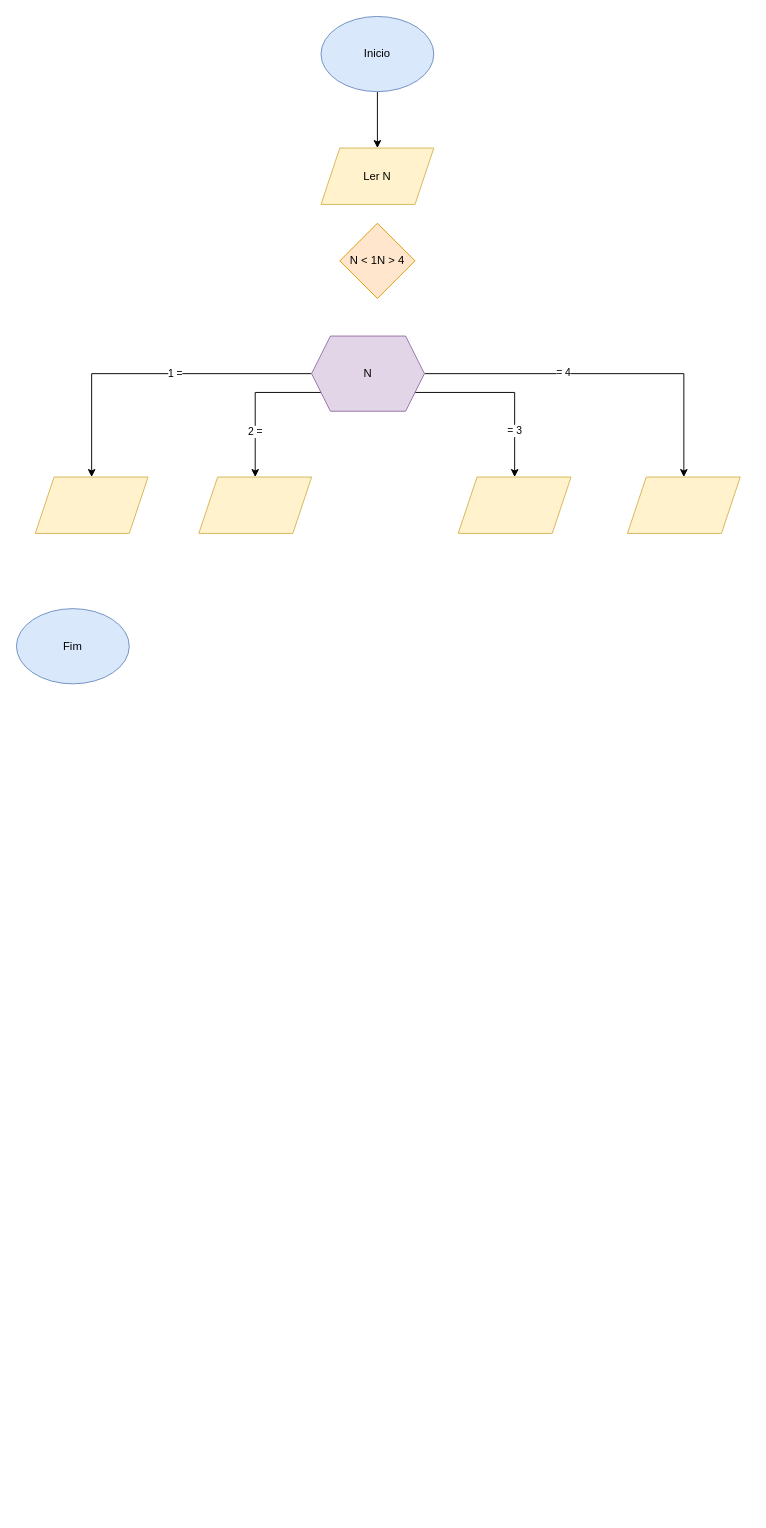
Earlier version of the draw.io diagram Fluxograma 13.drawio (Kinner25/Fluxogramas). Source tidied: cells renumbered, new cells numbered last; positions are measured from the earlier drawing's top-left corner, leaving out a move shared by most shapes. Both pictures are drawn from the tidied source at 94%, with x=0, y=0 at pixel (16, 16).
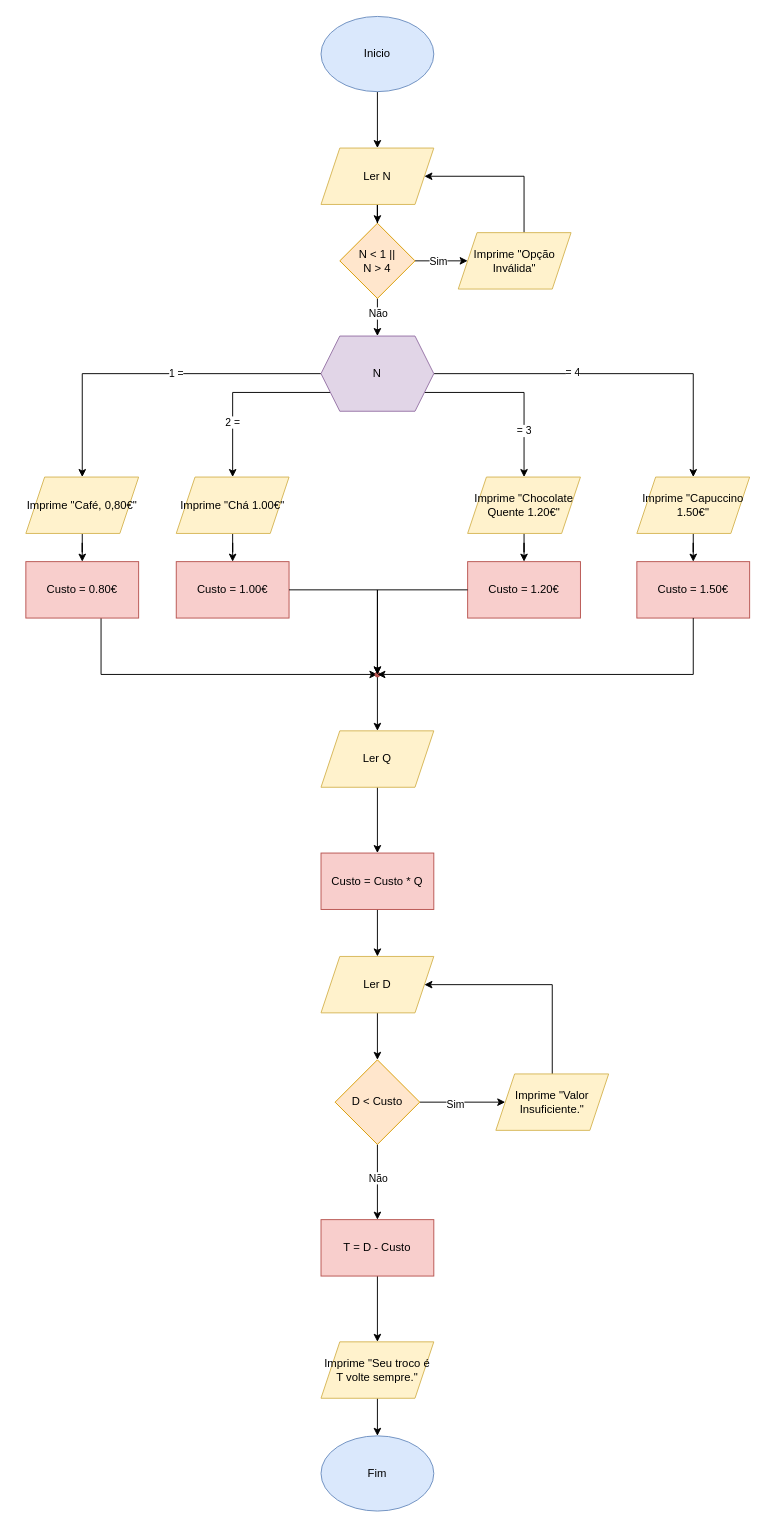
Above is the later version.

Unchanged cells that the change refers to:
```xml
<mxCell id="5" value="Ler N" style="shape=parallelogram;perimeter=parallelogramPerimeter;whiteSpace=wrap;html=1;shapeInside=1;fixedSize=1;fillColor=#fff2cc;strokeColor=#d6b656;" parent="1" vertex="1">
  <mxGeometry x="324" y="140" width="120" height="60" as="geometry" />
</mxCell>
```

Diff of the diagram source:
```diff
@@
     <mxCell id="2" value="Fim" style="ellipse;whiteSpace=wrap;html=1;shapeInside=1;fillColor=#dae8fc;strokeColor=#6c8ebf;" parent="1" vertex="1">
-      <mxGeometry y="630" width="120" height="80" as="geometry" />
+      <mxGeometry x="324" y="1510" width="120" height="80" as="geometry" />
     </mxCell>
@@
+    <mxCell id="20" style="edgeStyle=orthogonalEdgeStyle;rounded=0;jettySize=auto;html=1;" parent="1" edge="1" source="5" target="19">
+      <mxGeometry relative="1" as="geometry" />
+    </mxCell>
@@
     <mxCell id="8" style="edgeStyle=orthogonalEdgeStyle;rounded=0;jettySize=auto;html=1;entryX=0.5;entryY=0;entryDx=0;entryDy=0;" parent="1" edge="1" source="14" target="15">
       <mxGeometry relative="1" as="geometry">
         <Array as="points">
-          <mxPoint x="254" y="400" />
+          <mxPoint x="230" y="400" />
         </Array>
       </mxGeometry>
     </mxCell>
@@
     <mxCell id="10" style="edgeStyle=orthogonalEdgeStyle;rounded=0;jettySize=auto;html=1;entryX=0.5;entryY=0;entryDx=0;entryDy=0;" parent="1" edge="1" source="14" target="17">
       <mxGeometry relative="1" as="geometry">
         <Array as="points">
-          <mxPoint x="530" y="400" />
+          <mxPoint x="540" y="400" />
         </Array>
       </mxGeometry>
     </mxCell>
@@
-    <mxCell id="14" value="N" style="shape=hexagon;perimeter=hexagonPerimeter2;whiteSpace=wrap;html=1;shapeInside=1;fixedSize=1;fillColor=#e1d5e7;strokeColor=#9673a6;" parent="1" vertex="1">
-      <mxGeometry x="314" y="340" width="120" height="80" as="geometry" />
+    <mxCell id="14" value="N" style="shape=hexagon;perimeter=hexagonPerimeter2;whiteSpace=wrap;html=1;shapeInside=1;fixedSize=1;fillColor=#e1d5e7;strokeColor=#9673a6;direction=west;" parent="1" vertex="1">
+      <mxGeometry x="324" y="340" width="120" height="80" as="geometry" />
     </mxCell>
+    <mxCell id="21" style="edgeStyle=orthogonalEdgeStyle;rounded=0;jettySize=auto;html=1;" parent="1" edge="1" source="15" target="35">
+      <mxGeometry relative="1" as="geometry" />
+    </mxCell>
-    <mxCell id="15" style="shape=parallelogram;perimeter=parallelogramPerimeter;whiteSpace=wrap;html=1;shapeInside=1;fixedSize=1;fillColor=#fff2cc;strokeColor=#d6b656;" parent="1" vertex="1">
-      <mxGeometry x="194" y="490" width="120" height="60" as="geometry" />
+    <mxCell id="15" value="Imprime &quot;Chá 1.00€&quot;" style="shape=parallelogram;perimeter=parallelogramPerimeter;whiteSpace=wrap;html=1;shapeInside=1;fixedSize=1;fillColor=#fff2cc;strokeColor=#d6b656;" parent="1" vertex="1">
+      <mxGeometry x="170" y="490" width="120" height="60" as="geometry" />
     </mxCell>
+    <mxCell id="22" style="edgeStyle=orthogonalEdgeStyle;rounded=0;jettySize=auto;html=1;" parent="1" edge="1" source="16" target="34">
+      <mxGeometry relative="1" as="geometry" />
+    </mxCell>
-    <mxCell id="16" style="shape=parallelogram;perimeter=parallelogramPerimeter;whiteSpace=wrap;html=1;shapeInside=1;fixedSize=1;fillColor=#fff2cc;strokeColor=#d6b656;" parent="1" vertex="1">
-      <mxGeometry x="20" y="490" width="120" height="60" as="geometry" />
+    <mxCell id="16" value="Imprime &quot;Café, 0,80€&quot;" style="shape=parallelogram;perimeter=parallelogramPerimeter;whiteSpace=wrap;html=1;shapeInside=1;fixedSize=1;fillColor=#fff2cc;strokeColor=#d6b656;" parent="1" vertex="1">
+      <mxGeometry x="10" y="490" width="120" height="60" as="geometry" />
     </mxCell>
+    <mxCell id="23" style="edgeStyle=orthogonalEdgeStyle;rounded=0;jettySize=auto;html=1;" parent="1" edge="1" source="17" target="36">
+      <mxGeometry relative="1" as="geometry" />
+    </mxCell>
-    <mxCell id="17" style="shape=parallelogram;perimeter=parallelogramPerimeter;whiteSpace=wrap;html=1;shapeInside=1;fixedSize=1;fillColor=#fff2cc;strokeColor=#d6b656;" parent="1" vertex="1">
-      <mxGeometry x="470" y="490" width="120" height="60" as="geometry" />
+    <mxCell id="17" value="Imprime &quot;Chocolate Quente 1.20€&quot;" style="shape=parallelogram;perimeter=parallelogramPerimeter;whiteSpace=wrap;html=1;shapeInside=1;fixedSize=1;fillColor=#fff2cc;strokeColor=#d6b656;" parent="1" vertex="1">
+      <mxGeometry x="480" y="490" width="120" height="60" as="geometry" />
     </mxCell>
+    <mxCell id="24" style="edgeStyle=orthogonalEdgeStyle;rounded=0;jettySize=auto;html=1;" parent="1" edge="1" source="18" target="37">
+      <mxGeometry relative="1" as="geometry" />
+    </mxCell>
-    <mxCell id="18" style="shape=parallelogram;perimeter=parallelogramPerimeter;whiteSpace=wrap;html=1;shapeInside=1;fixedSize=1;fillColor=#fff2cc;strokeColor=#d6b656;" parent="1" vertex="1">
-      <mxGeometry x="650" y="490" width="120" height="60" as="geometry" />
+    <mxCell id="18" value="Imprime &quot;Capuccino 1.50€&quot;" style="shape=parallelogram;perimeter=parallelogramPerimeter;whiteSpace=wrap;html=1;shapeInside=1;fixedSize=1;fillColor=#fff2cc;strokeColor=#d6b656;" parent="1" vertex="1">
+      <mxGeometry x="660" y="490" width="120" height="60" as="geometry" />
     </mxCell>
+    <mxCell id="25" style="edgeStyle=orthogonalEdgeStyle;rounded=0;jettySize=auto;html=1;entryX=0;entryY=0.5;entryDx=0;entryDy=0;" parent="1" edge="1" source="19" target="30">
+      <mxGeometry relative="1" as="geometry" />
+    </mxCell>
+    <mxCell id="26" value="Sim" style="edgeLabel;html=1;align=center;verticalAlign=middle;" parent="25" vertex="1">
+      <mxGeometry x="-0.14" relative="1" as="geometry" />
+    </mxCell>
+    <mxCell id="27" style="edgeStyle=orthogonalEdgeStyle;rounded=0;jettySize=auto;html=1;" parent="1" edge="1" source="19" target="14">
+      <mxGeometry relative="1" as="geometry" />
+    </mxCell>
+    <mxCell id="28" value="Não" style="edgeLabel;html=1;align=center;verticalAlign=middle;" parent="27" vertex="1">
+      <mxGeometry x="-0.25" relative="1" as="geometry" />
+    </mxCell>
-    <mxCell id="19" value="N &amp;lt; 1N &amp;gt; 4" style="rhombus;whiteSpace=wrap;html=1;shapeInside=1;fillColor=#ffe6cc;strokeColor=#d79b00;" parent="1" vertex="1">
+    <mxCell id="19" value="N &amp;lt; 1 ||&lt;br&gt;N &amp;gt; 4" style="rhombus;whiteSpace=wrap;html=1;shapeInside=1;fillColor=#ffe6cc;strokeColor=#d79b00;" parent="1" vertex="1">
       <mxGeometry x="344" y="220" width="80" height="80" as="geometry" />
     </mxCell>
+    <mxCell id="29" style="edgeStyle=orthogonalEdgeStyle;rounded=0;jettySize=auto;html=1;entryX=1;entryY=0.5;entryDx=0;entryDy=0;" parent="1" edge="1" source="30" target="5">
+      <mxGeometry relative="1" as="geometry">
+        <Array as="points">
+          <mxPoint x="540" y="170" />
+        </Array>
+      </mxGeometry>
+    </mxCell>
+    <mxCell id="30" value="Imprime &quot;Opção Inválida&quot;" style="shape=parallelogram;perimeter=parallelogramPerimeter;whiteSpace=wrap;html=1;shapeInside=1;fixedSize=1;fillColor=#fff2cc;strokeColor=#d6b656;" parent="1" vertex="1">
+      <mxGeometry x="470" y="230" width="120" height="60" as="geometry" />
+    </mxCell>
+    <mxCell id="31" style="edgeStyle=orthogonalEdgeStyle;rounded=0;jettySize=auto;html=1;" parent="1" edge="1" source="32" target="44">
+      <mxGeometry relative="1" as="geometry" />
+    </mxCell>
+    <mxCell id="32" value="Ler Q" style="shape=parallelogram;perimeter=parallelogramPerimeter;whiteSpace=wrap;html=1;shapeInside=1;fixedSize=1;fillColor=#fff2cc;strokeColor=#d6b656;" parent="1" vertex="1">
+      <mxGeometry x="324" y="760" width="120" height="60" as="geometry" />
+    </mxCell>
+    <mxCell id="33" style="edgeStyle=orthogonalEdgeStyle;rounded=0;jettySize=auto;html=1;" parent="1" edge="1" source="34" target="39">
+      <mxGeometry relative="1" as="geometry">
+        <Array as="points">
+          <mxPoint x="90" y="700" />
+        </Array>
+      </mxGeometry>
+    </mxCell>
+    <mxCell id="34" value="Custo = 0.80€" style="rounded=0;whiteSpace=wrap;html=1;fillColor=#f8cecc;strokeColor=#b85450;" parent="1" vertex="1">
+      <mxGeometry x="10" y="580" width="120" height="60" as="geometry" />
+    </mxCell>
+    <mxCell id="35" value="Custo = 1.00€" style="rounded=0;whiteSpace=wrap;html=1;fillColor=#f8cecc;strokeColor=#b85450;" parent="1" vertex="1">
+      <mxGeometry x="170" y="580" width="120" height="60" as="geometry" />
+    </mxCell>
+    <mxCell id="36" value="Custo = 1.20€" style="rounded=0;whiteSpace=wrap;html=1;fillColor=#f8cecc;strokeColor=#b85450;" parent="1" vertex="1">
+      <mxGeometry x="480" y="580" width="120" height="60" as="geometry" />
+    </mxCell>
+    <mxCell id="37" value="Custo = 1.50€" style="rounded=0;whiteSpace=wrap;html=1;fillColor=#f8cecc;strokeColor=#b85450;" parent="1" vertex="1">
+      <mxGeometry x="660" y="580" width="120" height="60" as="geometry" />
+    </mxCell>
+    <mxCell id="38" style="edgeStyle=orthogonalEdgeStyle;rounded=0;jettySize=auto;html=1;" parent="1" edge="1" source="39" target="32">
+      <mxGeometry relative="1" as="geometry" />
+    </mxCell>
+    <mxCell id="39" style="shape=waypoint;sketch=0;size=6;points=[];fillColor=#f8cecc;perimeter=centerPerimeter;snapToPoint=1;strokeColor=#b85450;rounded=0;" parent="1" vertex="1">
+      <mxGeometry x="374" y="690" width="20" height="20" as="geometry" />
+    </mxCell>
+    <mxCell id="40" style="edgeStyle=orthogonalEdgeStyle;rounded=0;jettySize=auto;html=1;entryX=0.35;entryY=0.05;entryDx=0;entryDy=0;entryPerimeter=0;" parent="1" edge="1" source="35" target="39">
+      <mxGeometry relative="1" as="geometry">
+        <Array as="points">
+          <mxPoint x="384" y="610" />
+        </Array>
+      </mxGeometry>
+    </mxCell>
+    <mxCell id="41" style="edgeStyle=orthogonalEdgeStyle;rounded=0;jettySize=auto;html=1;entryX=1;entryY=0.35;entryDx=0;entryDy=0;entryPerimeter=0;" parent="1" edge="1" source="36" target="39">
+      <mxGeometry relative="1" as="geometry" />
+    </mxCell>
+    <mxCell id="42" style="edgeStyle=orthogonalEdgeStyle;rounded=0;jettySize=auto;html=1;entryX=1.1;entryY=0.4;entryDx=0;entryDy=0;entryPerimeter=0;" parent="1" edge="1" source="37" target="39">
+      <mxGeometry relative="1" as="geometry">
+        <Array as="points">
+          <mxPoint x="720" y="700" />
+        </Array>
+      </mxGeometry>
+    </mxCell>
+    <mxCell id="43" style="edgeStyle=orthogonalEdgeStyle;rounded=0;jettySize=auto;html=1;" parent="1" edge="1" source="44" target="46">
+      <mxGeometry relative="1" as="geometry" />
+    </mxCell>
+    <mxCell id="44" value="Custo = Custo * Q" style="rounded=0;whiteSpace=wrap;html=1;fillColor=#f8cecc;strokeColor=#b85450;" parent="1" vertex="1">
+      <mxGeometry x="324" y="890" width="120" height="60" as="geometry" />
+    </mxCell>
+    <mxCell id="45" style="edgeStyle=orthogonalEdgeStyle;rounded=0;jettySize=auto;html=1;" parent="1" edge="1" source="46" target="51">
+      <mxGeometry relative="1" as="geometry" />
+    </mxCell>
+    <mxCell id="46" value="Ler D" style="shape=parallelogram;perimeter=parallelogramPerimeter;whiteSpace=wrap;html=1;shapeInside=1;fixedSize=1;fillColor=#fff2cc;strokeColor=#d6b656;" parent="1" vertex="1">
+      <mxGeometry x="324" y="1000" width="120" height="60" as="geometry" />
+    </mxCell>
+    <mxCell id="47" style="edgeStyle=orthogonalEdgeStyle;rounded=0;jettySize=auto;html=1;" parent="1" edge="1" source="51" target="53">
+      <mxGeometry relative="1" as="geometry" />
+    </mxCell>
+    <mxCell id="48" value="Sim" style="edgeLabel;html=1;align=center;verticalAlign=middle;" parent="47" vertex="1">
+      <mxGeometry x="-0.18" y="-2" relative="1" as="geometry" />
+    </mxCell>
+    <mxCell id="49" style="edgeStyle=orthogonalEdgeStyle;rounded=0;jettySize=auto;html=1;entryX=0.5;entryY=0;entryDx=0;entryDy=0;" parent="1" edge="1" source="51" target="55">
+      <mxGeometry relative="1" as="geometry" />
+    </mxCell>
+    <mxCell id="50" value="Não" style="edgeLabel;html=1;align=center;verticalAlign=middle;" parent="49" vertex="1">
+      <mxGeometry x="-0.12" relative="1" as="geometry" />
+    </mxCell>
+    <mxCell id="51" value="D &amp;lt; Custo" style="rhombus;whiteSpace=wrap;html=1;shapeInside=1;fillColor=#ffe6cc;strokeColor=#d79b00;" parent="1" vertex="1">
+      <mxGeometry x="339" y="1110" width="90" height="90" as="geometry" />
+    </mxCell>
+    <mxCell id="52" style="edgeStyle=orthogonalEdgeStyle;rounded=0;jettySize=auto;html=1;entryX=1;entryY=0.5;entryDx=0;entryDy=0;exitX=0.5;exitY=0;exitDx=0;exitDy=0;" parent="1" edge="1" source="53" target="46">
+      <mxGeometry relative="1" as="geometry">
+        <Array as="points">
+          <mxPoint x="570" y="1030" />
+        </Array>
+      </mxGeometry>
+    </mxCell>
+    <mxCell id="53" value="Imprime &quot;Valor Insuficiente.&quot;" style="shape=parallelogram;perimeter=parallelogramPerimeter;whiteSpace=wrap;html=1;shapeInside=1;fixedSize=1;fillColor=#fff2cc;strokeColor=#d6b656;" parent="1" vertex="1">
+      <mxGeometry x="510" y="1125" width="120" height="60" as="geometry" />
+    </mxCell>
+    <mxCell id="54" style="edgeStyle=orthogonalEdgeStyle;rounded=0;jettySize=auto;html=1;" parent="1" edge="1" source="55" target="57">
+      <mxGeometry relative="1" as="geometry" />
+    </mxCell>
+    <mxCell id="55" value="T = D - Custo" style="rounded=0;whiteSpace=wrap;html=1;fillColor=#f8cecc;strokeColor=#b85450;" parent="1" vertex="1">
+      <mxGeometry x="324" y="1280" width="120" height="60" as="geometry" />
+    </mxCell>
+    <mxCell id="56" style="edgeStyle=orthogonalEdgeStyle;rounded=0;jettySize=auto;html=1;" parent="1" edge="1" source="57" target="2">
+      <mxGeometry relative="1" as="geometry" />
+    </mxCell>
+    <mxCell id="57" value="Imprime &quot;Seu troco é T volte sempre.&quot;" style="shape=parallelogram;perimeter=parallelogramPerimeter;whiteSpace=wrap;html=1;shapeInside=1;fixedSize=1;fillColor=#fff2cc;strokeColor=#d6b656;" parent="1" vertex="1">
+      <mxGeometry x="324" y="1410" width="120" height="60" as="geometry" />
+    </mxCell>
```
